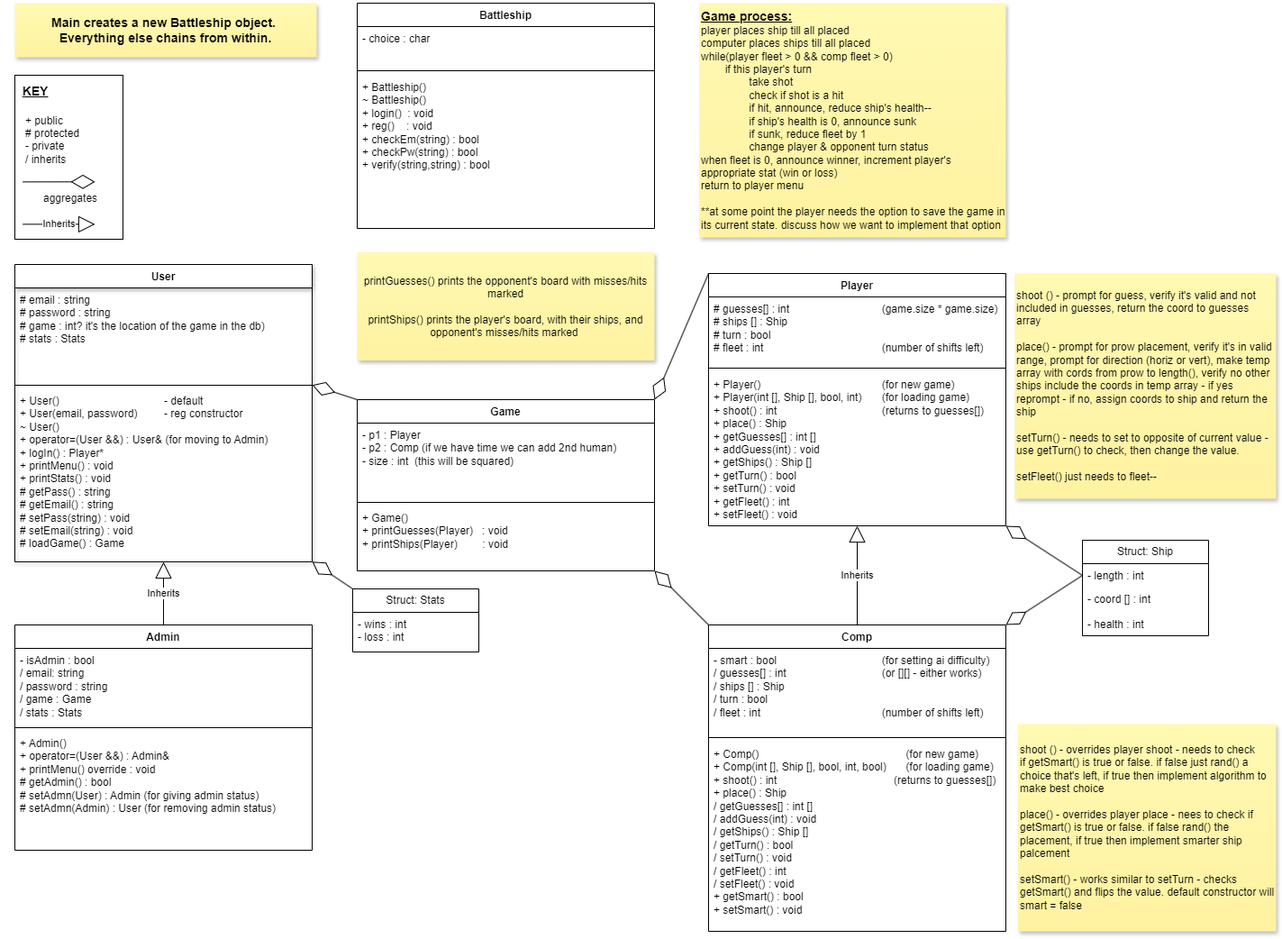
This is BattleshipClasses.drawio.png from StephaniePeacock/Battleship, a draw.io export, as it was before one commit. Source tidied: cells renumbered, new cells last; positions are measured from the earlier drawing's top-left corner, leaving out a move shared by most shapes.
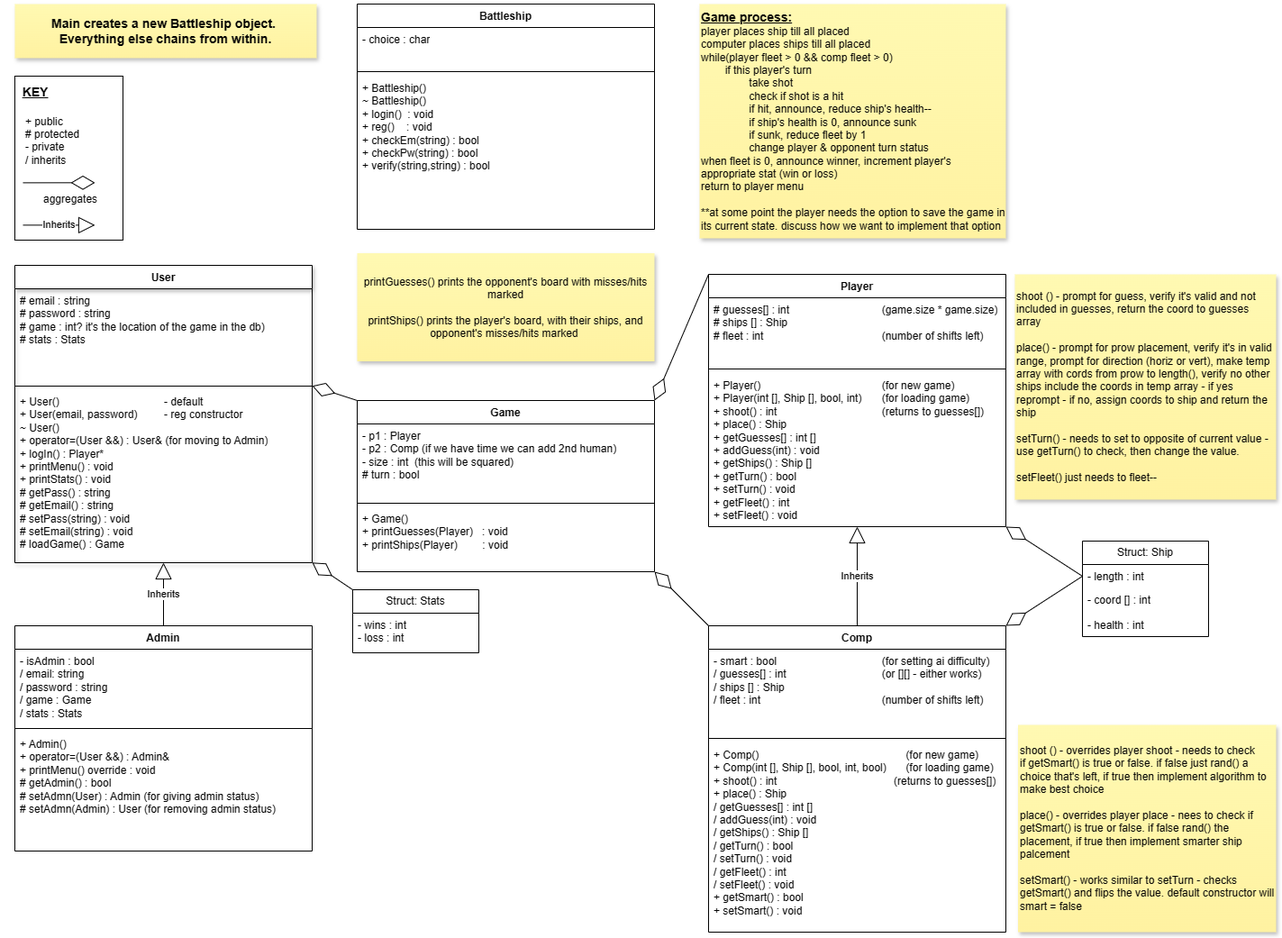
Later version of the same file.

Diff of the diagram source:
```diff
@@ -17,7 +17,7 @@
     <mxCell id="6" value="Player" style="swimlane;fontStyle=1;align=center;verticalAlign=top;horizontal=1;startSize=26;whiteSpace=wrap;html=1;" parent="1" vertex="1">
       <mxGeometry x="770" y="300" width="330" height="280" as="geometry" />
     </mxCell>
-    <mxCell id="7" value="# guesses[] : int&amp;nbsp; &amp;nbsp;&lt;span style=&quot;white-space: pre;&quot;&gt;&#9;&lt;/span&gt;&lt;span style=&quot;white-space: pre;&quot;&gt;&#9;&lt;/span&gt;&lt;span style=&quot;white-space: pre;&quot;&gt;&#9;&lt;/span&gt;&lt;span style=&quot;white-space: pre;&quot;&gt;&#9;&lt;/span&gt;(game.size * game.size)&lt;div&gt;# ships [] : Ship&lt;/div&gt;&lt;div&gt;# turn : bool&lt;/div&gt;&lt;div&gt;# fleet : int&amp;nbsp; &lt;span style=&quot;white-space: pre;&quot;&gt;&#9;&lt;/span&gt;&lt;span style=&quot;white-space: pre;&quot;&gt;&#9;&lt;span style=&quot;white-space: pre;&quot;&gt;&#9;&lt;/span&gt;&lt;span style=&quot;white-space: pre;&quot;&gt;&#9;&lt;/span&gt;&lt;span style=&quot;white-space: pre;&quot;&gt;&#9;&lt;/span&gt;&lt;/span&gt;(number of shifts left)&lt;/div&gt;" style="text;strokeColor=none;fillColor=none;align=left;verticalAlign=top;spacingLeft=4;spacingRight=4;overflow=hidden;whiteSpace=wrap;html=1;" parent="6" vertex="1">
+    <mxCell id="7" value="# guesses[] : int&amp;nbsp; &amp;nbsp;&lt;span style=&quot;white-space: pre;&quot;&gt;&#9;&lt;/span&gt;&lt;span style=&quot;white-space: pre;&quot;&gt;&#9;&lt;/span&gt;&lt;span style=&quot;white-space: pre;&quot;&gt;&#9;&lt;/span&gt;&lt;span style=&quot;white-space: pre;&quot;&gt;&#9;&lt;/span&gt;(game.size * game.size)&lt;div&gt;# ships [] : Ship&lt;/div&gt;&lt;div&gt;# fleet : int&amp;nbsp; &lt;span style=&quot;white-space: pre;&quot;&gt;&#9;&lt;/span&gt;&lt;span style=&quot;white-space: pre;&quot;&gt;&#9;&lt;span style=&quot;white-space: pre;&quot;&gt;&#9;&lt;/span&gt;&lt;span style=&quot;white-space: pre;&quot;&gt;&#9;&lt;/span&gt;&lt;span style=&quot;white-space: pre;&quot;&gt;&#9;&lt;/span&gt;&lt;/span&gt;(number of shifts left)&lt;/div&gt;" style="text;strokeColor=none;fillColor=none;align=left;verticalAlign=top;spacingLeft=4;spacingRight=4;overflow=hidden;whiteSpace=wrap;html=1;" parent="6" vertex="1">
       <mxGeometry y="26" width="330" height="74" as="geometry" />
     </mxCell>
     <mxCell id="8" style="line;strokeWidth=1;fillColor=none;align=left;verticalAlign=middle;spacingTop=-1;spacingLeft=3;spacingRight=3;labelPosition=right;strokeColor=inherit;" parent="6" vertex="1">
@@ -41,7 +41,7 @@
     <mxCell id="14" value="Game" style="swimlane;fontStyle=1;align=center;verticalAlign=top;horizontal=1;startSize=26;whiteSpace=wrap;html=1;" parent="1" vertex="1">
       <mxGeometry x="380" y="440" width="330" height="190" as="geometry" />
     </mxCell>
-    <mxCell id="15" value="&lt;span style=&quot;background-color: initial;&quot;&gt;- p1 : Player&lt;/span&gt;&lt;div&gt;&lt;span style=&quot;background-color: initial;&quot;&gt;- p2 : Comp (if we have time we can add 2nd human)&lt;/span&gt;&lt;/div&gt;&lt;div&gt;&lt;span style=&quot;background-color: initial;&quot;&gt;- size : int&amp;nbsp; (this will be squared)&lt;/span&gt;&lt;/div&gt;&lt;div&gt;&lt;br&gt;&lt;/div&gt;" style="text;strokeColor=none;fillColor=none;align=left;verticalAlign=top;spacingLeft=4;spacingRight=4;overflow=hidden;whiteSpace=wrap;html=1;" parent="14" vertex="1">
+    <mxCell id="15" value="&lt;span style=&quot;background-color: initial;&quot;&gt;- p1 : Player&lt;/span&gt;&lt;div&gt;&lt;span style=&quot;background-color: initial;&quot;&gt;- p2 : Comp (if we have time we can add 2nd human)&lt;/span&gt;&lt;/div&gt;&lt;div&gt;&lt;span style=&quot;background-color: initial;&quot;&gt;- size : int&amp;nbsp; (this will be squared)&lt;/span&gt;&lt;/div&gt;&lt;div&gt;# turn : bool&lt;span style=&quot;background-color: initial;&quot;&gt;&lt;br&gt;&lt;/span&gt;&lt;/div&gt;&lt;div&gt;&lt;br&gt;&lt;/div&gt;" style="text;strokeColor=none;fillColor=none;align=left;verticalAlign=top;spacingLeft=4;spacingRight=4;overflow=hidden;whiteSpace=wrap;html=1;" parent="14" vertex="1">
       <mxGeometry y="26" width="330" height="84" as="geometry" />
     </mxCell>
     <mxCell id="16" style="line;strokeWidth=1;fillColor=none;align=left;verticalAlign=middle;spacingTop=-1;spacingLeft=3;spacingRight=3;labelPosition=right;strokeColor=inherit;" parent="14" vertex="1">
@@ -74,7 +74,7 @@
     <mxCell id="25" value="Comp" style="swimlane;fontStyle=1;align=center;verticalAlign=top;horizontal=1;startSize=26;whiteSpace=wrap;html=1;" parent="1" vertex="1">
       <mxGeometry x="770" y="690" width="330" height="340" as="geometry" />
     </mxCell>
-    <mxCell id="26" value="&lt;div&gt;- smart : bool&lt;span style=&quot;white-space: pre;&quot;&gt;&#9;&lt;/span&gt;&lt;span style=&quot;white-space: pre;&quot;&gt;&#9;&lt;/span&gt;&lt;span style=&quot;white-space: pre;&quot;&gt;&#9;&lt;/span&gt;&lt;span style=&quot;white-space: pre;&quot;&gt;&#9;&lt;/span&gt;&lt;span style=&quot;white-space: pre;&quot;&gt;&#9;&lt;/span&gt;(for setting ai difficulty)&lt;/div&gt;/ guesses[] : int&amp;nbsp; &amp;nbsp;&lt;span style=&quot;white-space: pre;&quot;&gt;&#9;&lt;span style=&quot;white-space: pre;&quot;&gt;&#9;&lt;/span&gt;&lt;span style=&quot;white-space: pre;&quot;&gt;&#9;&lt;/span&gt;&lt;span style=&quot;white-space: pre;&quot;&gt;&#9;&lt;/span&gt;&lt;/span&gt;(or [][] - either works)&lt;div&gt;/ ships [] : Ship&lt;/div&gt;&lt;div&gt;/ turn : bool&lt;/div&gt;&lt;div&gt;/ fleet : int&amp;nbsp; &lt;span style=&quot;white-space: pre;&quot;&gt;&#9;&lt;/span&gt;&lt;span style=&quot;white-space: pre;&quot;&gt;&#9;&lt;span style=&quot;white-space: pre;&quot;&gt;&#9;&lt;/span&gt;&lt;span style=&quot;white-space: pre;&quot;&gt;&#9;&lt;/span&gt;&lt;span style=&quot;white-space: pre;&quot;&gt;&#9;&lt;/span&gt;&lt;/span&gt;(number of shifts left)&lt;/div&gt;" style="text;strokeColor=none;fillColor=none;align=left;verticalAlign=top;spacingLeft=4;spacingRight=4;overflow=hidden;whiteSpace=wrap;html=1;" parent="25" vertex="1">
+    <mxCell id="26" value="&lt;div&gt;- smart : bool&lt;span style=&quot;white-space: pre;&quot;&gt;&#9;&lt;/span&gt;&lt;span style=&quot;white-space: pre;&quot;&gt;&#9;&lt;/span&gt;&lt;span style=&quot;white-space: pre;&quot;&gt;&#9;&lt;/span&gt;&lt;span style=&quot;white-space: pre;&quot;&gt;&#9;&lt;/span&gt;&lt;span style=&quot;white-space: pre;&quot;&gt;&#9;&lt;/span&gt;(for setting ai difficulty)&lt;/div&gt;/ guesses[] : int&amp;nbsp; &amp;nbsp;&lt;span style=&quot;white-space: pre;&quot;&gt;&#9;&lt;span style=&quot;white-space: pre;&quot;&gt;&#9;&lt;/span&gt;&lt;span style=&quot;white-space: pre;&quot;&gt;&#9;&lt;/span&gt;&lt;span style=&quot;white-space: pre;&quot;&gt;&#9;&lt;/span&gt;&lt;/span&gt;(or [][] - either works)&lt;div&gt;/ ships [] : Ship&lt;/div&gt;&lt;div&gt;&lt;span style=&quot;background-color: initial;&quot;&gt;/ fleet : int&amp;nbsp; &lt;/span&gt;&lt;span style=&quot;background-color: initial; white-space: pre;&quot;&gt;&#9;&lt;/span&gt;&lt;span style=&quot;background-color: initial; white-space: pre;&quot;&gt;&#9;&lt;span style=&quot;white-space: pre;&quot;&gt;&#9;&lt;/span&gt;&lt;span style=&quot;white-space: pre;&quot;&gt;&#9;&lt;/span&gt;&lt;span style=&quot;white-space: pre;&quot;&gt;&#9;&lt;/span&gt;&lt;/span&gt;&lt;span style=&quot;background-color: initial;&quot;&gt;(number of shifts left)&lt;/span&gt;&lt;br&gt;&lt;/div&gt;" style="text;strokeColor=none;fillColor=none;align=left;verticalAlign=top;spacingLeft=4;spacingRight=4;overflow=hidden;whiteSpace=wrap;html=1;" parent="25" vertex="1">
       <mxGeometry y="26" width="330" height="94" as="geometry" />
     </mxCell>
     <mxCell id="27" style="line;strokeWidth=1;fillColor=none;align=left;verticalAlign=middle;spacingTop=-1;spacingLeft=3;spacingRight=3;labelPosition=right;strokeColor=inherit;" parent="25" vertex="1">
```
